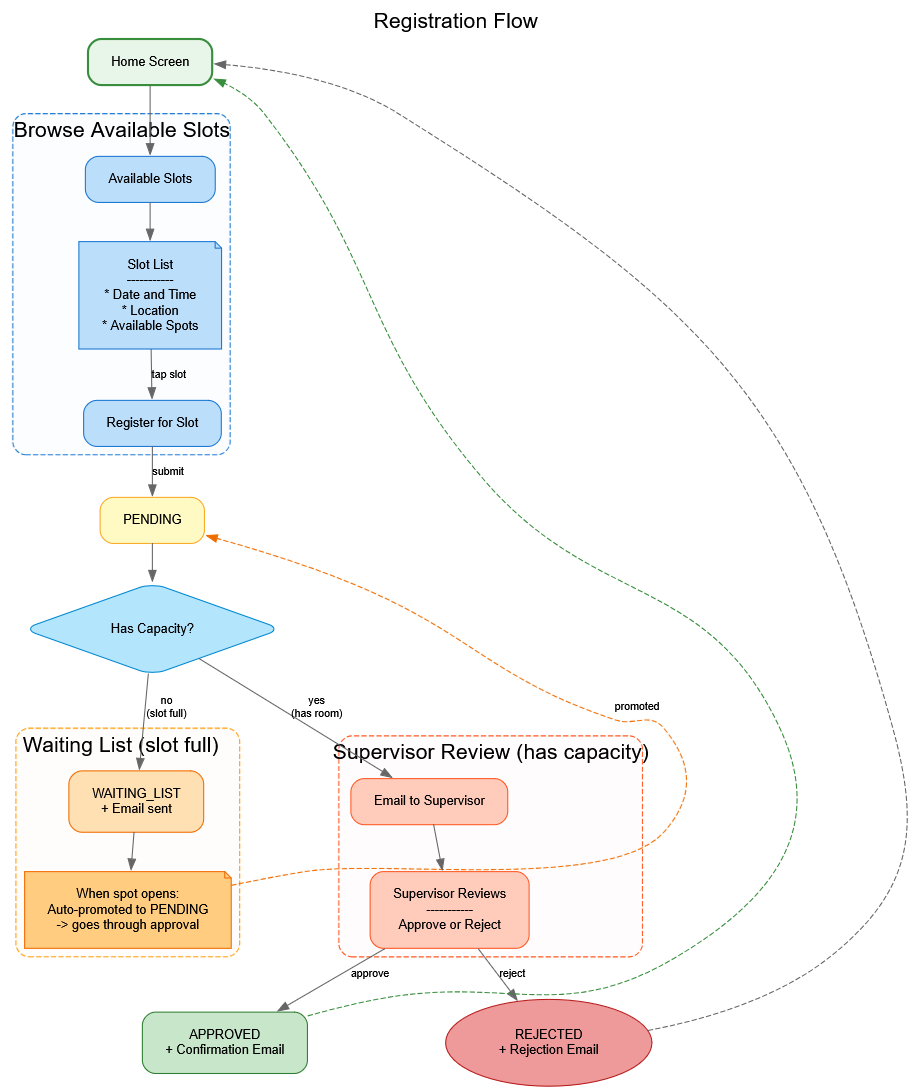
Above: diagrams/01-registration-flow.png in benariet/SemScan-Project (Graphviz), before the change. Its source is kept beside it as diagrams/01-registration-flow.dot.
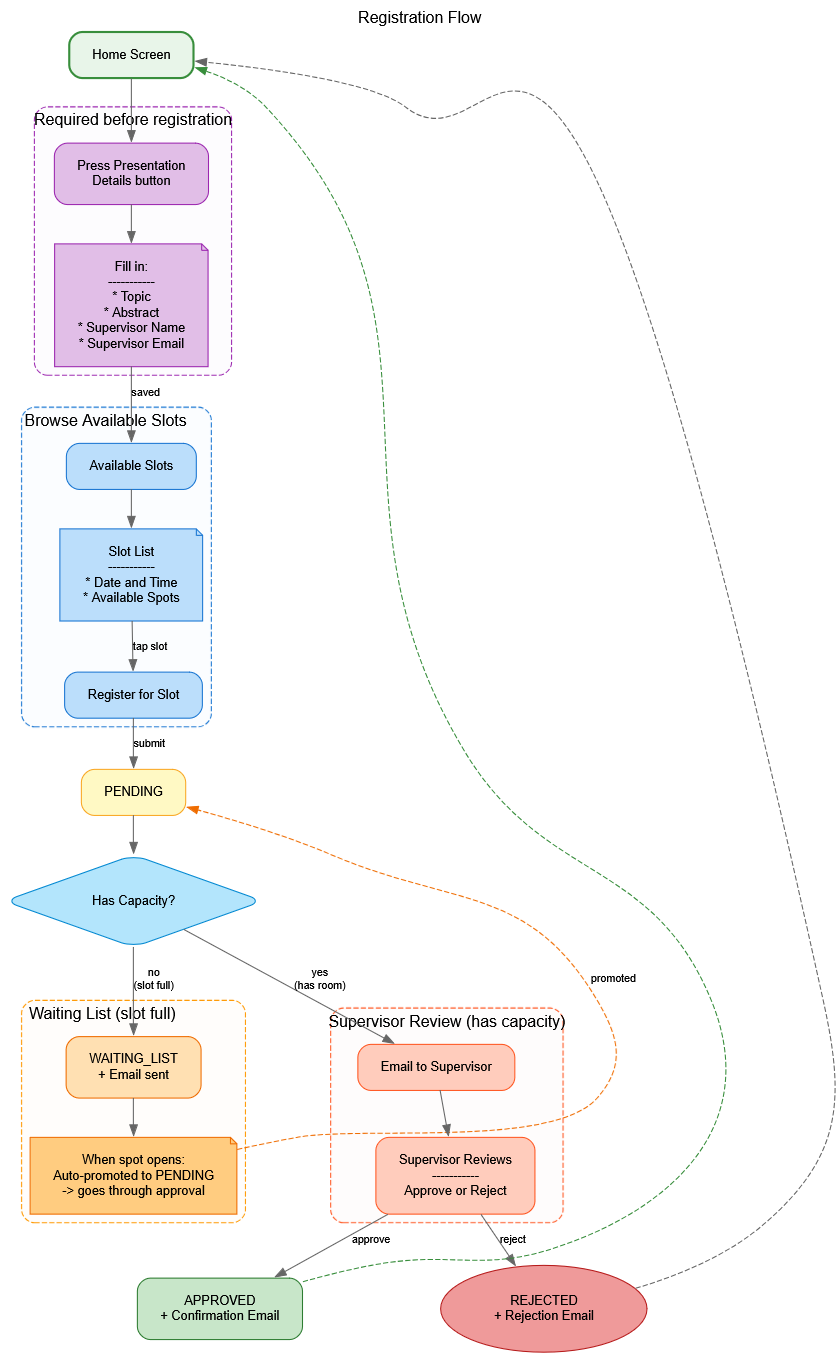
After the commit.

Commit message:
Update flow diagrams

- Add Presentation Details step (Topic, Abstract, Supervisor Name/Email)
- Remove Location from slot list
- Fix presenter flow preconditions and session flow
- Fix participant flow precondition and attended state

What changed in the source:
```diff
@@ -1,12 +1,12 @@
 digraph RegistrationFlow {
-      label="Registration Flow";
-      labelloc="t";
-      fontsize=20;
-      fontname="Arial Bold";
+    label="Registration Flow";
+    labelloc="t";
+    fontsize=20;
+    fontname="Arial Bold";
 
-      rankdir=TB;
-      splines=true;
-      nodesep=1.8;
+    rankdir=TB;
+    splines=true;
+    nodesep=1.8;
 
     node [
         shape=box,
@@ -24,6 +24,17 @@
 
     Home [label="Home Screen", fillcolor="#e8f5e9", color="#388e3c", penwidth=2];
 
+    subgraph cluster_details {
+        label="Required before registration";
+        labeljust="l";
+        style="rounded,dashed";
+        color="#9c27b0";
+        bgcolor="#f3e5f522";
+
+        PresDetails [label="Press Presentation\nDetails button", fillcolor="#e1bee7", color="#9c27b0"];
+        DetailsForm [label="Fill in:\n-----------\n* Topic\n* Abstract\n* Supervisor Name\n* Supervisor Email", fillcolor="#e1bee7", color="#9c27b0", shape=note];
+    }
+
     subgraph cluster_browse {
         label="Browse Available Slots";
         labeljust="l";
@@ -32,7 +43,7 @@
         bgcolor="#e3f2fd22";
 
         AvailableSlots [label="Available Slots", fillcolor="#bbdefb", color="#1976d2"];
-        SlotList [label="Slot List\n-----------\n* Date and Time\n* Location\n* Available Spots", fillcolor="#bbdefb", color="#1976d2", shape=note];
+        SlotList [label="Slot List\n-----------\n* Date and Time\n* Available Spots", fillcolor="#bbdefb", color="#1976d2", shape=note];
         RegisterBtn [label="Register for Slot", fillcolor="#bbdefb", color="#1976d2"];
     }
 
@@ -65,8 +76,10 @@
     Approved [label="APPROVED\n+ Confirmation Email", fillcolor="#c8e6c9", color="#2e7d32"];
     Rejected [label="REJECTED\n+ Rejection Email", fillcolor="#ef9a9a", color="#b71c1c", shape=ellipse];
 
+    Home -> PresDetails;
+    PresDetails -> DetailsForm;
+    DetailsForm -> AvailableSlots [label="saved"];
 
-    Home -> AvailableSlots;
     AvailableSlots -> SlotList;
     SlotList -> RegisterBtn [label="tap slot"];
     RegisterBtn -> Pending [label="submit"];
```
